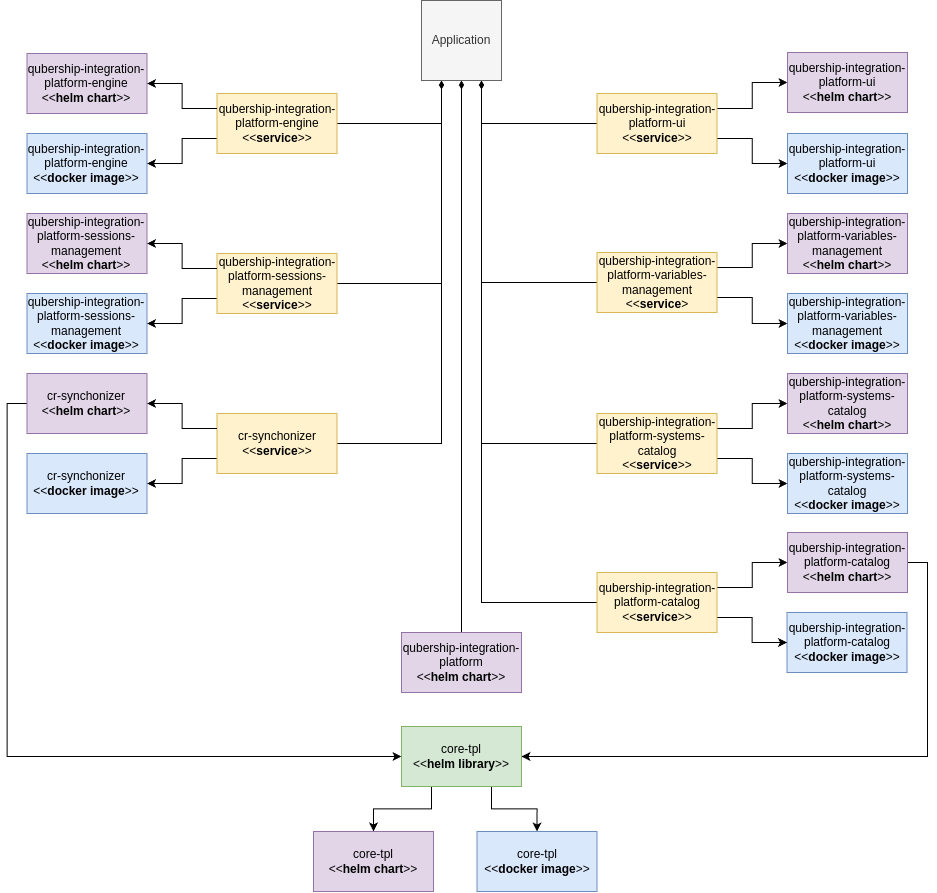
Earlier version of the draw.io export docs/images/qip-application-manifest-without-plugins.drawio.png (sivareddyit/qubership-envgene). Source tidied: cells renumbered, new cells last; positions are measured from the earlier drawing's top-left corner, leaving out a move shared by most shapes.
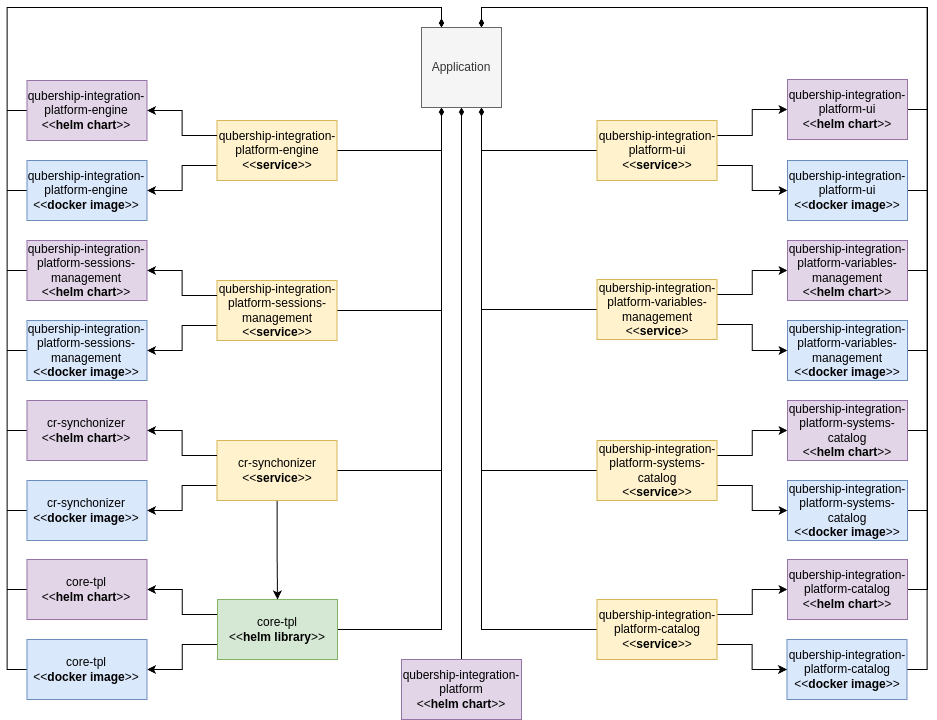
The same diagram one commit later.

Change to the diagram source:
```diff
@@ -2,48 +2,75 @@
   <root>
     <mxCell id="0" />
     <mxCell id="1" parent="0" />
+    <mxCell id="54" style="edgeStyle=orthogonalEdgeStyle;rounded=0;jettySize=auto;html=1;exitX=1;exitY=0.5;exitDx=0;exitDy=0;entryX=0.75;entryY=0;entryDx=0;entryDy=0;endArrow=diamondThin;endFill=1;" parent="1" edge="1" source="2" target="52">
+      <mxGeometry relative="1" as="geometry" />
+    </mxCell>
     <mxCell id="2" value="&lt;div&gt;qubership-integration-platform-ui&lt;/div&gt;&amp;lt;&amp;lt;&lt;b&gt;docker image&lt;/b&gt;&amp;gt;&amp;gt;" style="rounded=0;whiteSpace=wrap;html=1;fillColor=#dae8fc;strokeColor=#6c8ebf;" parent="1" vertex="1">
       <mxGeometry x="761" y="133" width="120" height="60" as="geometry" />
     </mxCell>
     <mxCell id="3" style="edgeStyle=orthogonalEdgeStyle;rounded=0;jettySize=auto;html=1;exitX=1;exitY=0.25;exitDx=0;exitDy=0;entryX=0;entryY=0.5;entryDx=0;entryDy=0;" parent="1" edge="1" source="19" target="4">
       <mxGeometry relative="1" as="geometry" />
     </mxCell>
+    <mxCell id="55" style="edgeStyle=orthogonalEdgeStyle;rounded=0;jettySize=auto;html=1;exitX=1;exitY=0.5;exitDx=0;exitDy=0;entryX=0.75;entryY=0;entryDx=0;entryDy=0;endArrow=diamondThin;endFill=1;" parent="1" edge="1" source="4" target="52">
+      <mxGeometry relative="1" as="geometry" />
+    </mxCell>
     <mxCell id="4" value="&lt;div&gt;qubership-integration-platform-ui&lt;/div&gt;&amp;lt;&amp;lt;&lt;b&gt;helm chart&lt;/b&gt;&amp;gt;&amp;gt;" style="rounded=0;whiteSpace=wrap;html=1;fillColor=#e1d5e7;strokeColor=#9673a6;" parent="1" vertex="1">
       <mxGeometry x="761" y="52" width="120" height="60" as="geometry" />
     </mxCell>
+    <mxCell id="56" style="edgeStyle=orthogonalEdgeStyle;rounded=0;jettySize=auto;html=1;exitX=1;exitY=0.5;exitDx=0;exitDy=0;entryX=0.75;entryY=0;entryDx=0;entryDy=0;endArrow=diamondThin;endFill=1;" parent="1" edge="1" source="5" target="52">
+      <mxGeometry relative="1" as="geometry" />
+    </mxCell>
     <mxCell id="5" value="&lt;div&gt;qubership-integration-platform-variables-management&lt;/div&gt;&amp;lt;&amp;lt;&lt;b&gt;docker image&lt;/b&gt;&amp;gt;&amp;gt;" style="rounded=0;whiteSpace=wrap;html=1;fillColor=#dae8fc;strokeColor=#6c8ebf;" parent="1" vertex="1">
       <mxGeometry x="761" y="293" width="120" height="60" as="geometry" />
     </mxCell>
     <mxCell id="6" style="edgeStyle=orthogonalEdgeStyle;rounded=0;jettySize=auto;html=1;exitX=1;exitY=0.25;exitDx=0;exitDy=0;entryX=0;entryY=0.5;entryDx=0;entryDy=0;" parent="1" edge="1" source="22" target="7">
       <mxGeometry relative="1" as="geometry" />
     </mxCell>
+    <mxCell id="57" style="edgeStyle=orthogonalEdgeStyle;rounded=0;jettySize=auto;html=1;exitX=1;exitY=0.5;exitDx=0;exitDy=0;entryX=0.75;entryY=0;entryDx=0;entryDy=0;endArrow=diamondThin;endFill=1;" parent="1" edge="1" source="7" target="52">
+      <mxGeometry relative="1" as="geometry" />
+    </mxCell>
     <mxCell id="7" value="&lt;div&gt;qubership-integration-platform-variables-management&lt;/div&gt;&amp;lt;&amp;lt;&lt;b&gt;helm chart&lt;/b&gt;&amp;gt;&amp;gt;" style="rounded=0;whiteSpace=wrap;html=1;fillColor=#e1d5e7;strokeColor=#9673a6;" parent="1" vertex="1">
       <mxGeometry x="761" y="213" width="120" height="60" as="geometry" />
     </mxCell>
+    <mxCell id="58" style="edgeStyle=orthogonalEdgeStyle;rounded=0;jettySize=auto;html=1;exitX=1;exitY=0.5;exitDx=0;exitDy=0;entryX=0.75;entryY=0;entryDx=0;entryDy=0;endArrow=diamondThin;endFill=1;" parent="1" edge="1" source="8" target="52">
+      <mxGeometry relative="1" as="geometry" />
+    </mxCell>
     <mxCell id="8" value="&lt;div&gt;qubership-integration-platform-systems-catalog&lt;/div&gt;&amp;lt;&amp;lt;&lt;b&gt;docker image&lt;/b&gt;&amp;gt;&amp;gt;" style="rounded=0;whiteSpace=wrap;html=1;fillColor=#dae8fc;strokeColor=#6c8ebf;" parent="1" vertex="1">
       <mxGeometry x="761" y="453" width="120" height="60" as="geometry" />
     </mxCell>
     <mxCell id="9" style="edgeStyle=orthogonalEdgeStyle;rounded=0;jettySize=auto;html=1;exitX=1;exitY=0.25;exitDx=0;exitDy=0;entryX=0;entryY=0.5;entryDx=0;entryDy=0;" parent="1" edge="1" source="25" target="10">
       <mxGeometry relative="1" as="geometry" />
     </mxCell>
+    <mxCell id="59" style="edgeStyle=orthogonalEdgeStyle;rounded=0;jettySize=auto;html=1;exitX=1;exitY=0.5;exitDx=0;exitDy=0;entryX=0.75;entryY=0;entryDx=0;entryDy=0;endArrow=diamondThin;endFill=1;" parent="1" edge="1" source="10" target="52">
+      <mxGeometry relative="1" as="geometry" />
+    </mxCell>
     <mxCell id="10" value="&lt;div&gt;qubership-integration-platform-systems-catalog&lt;/div&gt;&amp;lt;&amp;lt;&lt;b&gt;helm chart&lt;/b&gt;&amp;gt;&amp;gt;" style="rounded=0;whiteSpace=wrap;html=1;fillColor=#e1d5e7;strokeColor=#9673a6;" parent="1" vertex="1">
       <mxGeometry x="761" y="373" width="120" height="60" as="geometry" />
     </mxCell>
+    <mxCell id="60" style="edgeStyle=orthogonalEdgeStyle;rounded=0;jettySize=auto;html=1;exitX=1;exitY=0.5;exitDx=0;exitDy=0;entryX=0.75;entryY=0;entryDx=0;entryDy=0;endArrow=diamondThin;endFill=1;" parent="1" edge="1" source="11" target="52">
+      <mxGeometry relative="1" as="geometry" />
+    </mxCell>
     <mxCell id="11" value="&lt;div&gt;qubership-integration-platform-catalog&lt;/div&gt;&amp;lt;&amp;lt;&lt;b&gt;docker image&lt;/b&gt;&amp;gt;&amp;gt;" style="rounded=0;whiteSpace=wrap;html=1;fillColor=#dae8fc;strokeColor=#6c8ebf;" parent="1" vertex="1">
       <mxGeometry x="760.5" y="612" width="120" height="60" as="geometry" />
     </mxCell>
     <mxCell id="12" style="edgeStyle=orthogonalEdgeStyle;rounded=0;jettySize=auto;html=1;exitX=1;exitY=0.25;exitDx=0;exitDy=0;entryX=0;entryY=0.5;entryDx=0;entryDy=0;" parent="1" edge="1" source="28" target="14">
       <mxGeometry relative="1" as="geometry" />
     </mxCell>
-    <mxCell id="13" style="edgeStyle=orthogonalEdgeStyle;rounded=0;jettySize=auto;html=1;exitX=1;exitY=0.5;exitDx=0;exitDy=0;entryX=1;entryY=0.5;entryDx=0;entryDy=0;" parent="1" edge="1" source="14" target="36">
-      <mxGeometry relative="1" as="geometry" />
-    </mxCell>
+    <mxCell id="61" style="edgeStyle=orthogonalEdgeStyle;rounded=0;jettySize=auto;html=1;exitX=1;exitY=0.5;exitDx=0;exitDy=0;entryX=0.75;entryY=0;entryDx=0;entryDy=0;endArrow=diamondThin;endFill=1;" parent="1" edge="1" source="14" target="52">
+      <mxGeometry relative="1" as="geometry" />
+    </mxCell>
     <mxCell id="14" value="&lt;div&gt;qubership-integration-platform-catalog&lt;/div&gt;&amp;lt;&amp;lt;&lt;b&gt;helm chart&lt;/b&gt;&amp;gt;&amp;gt;" style="rounded=0;whiteSpace=wrap;html=1;fillColor=#e1d5e7;strokeColor=#9673a6;" parent="1" vertex="1">
       <mxGeometry x="761" y="532" width="120" height="60" as="geometry" />
     </mxCell>
+    <mxCell id="62" style="edgeStyle=orthogonalEdgeStyle;rounded=0;jettySize=auto;html=1;exitX=0;exitY=0.5;exitDx=0;exitDy=0;entryX=0.25;entryY=0;entryDx=0;entryDy=0;endArrow=diamondThin;endFill=1;" parent="1" edge="1" source="15" target="52">
+      <mxGeometry relative="1" as="geometry" />
+    </mxCell>
     <mxCell id="15" value="&lt;div&gt;qubership-integration-platform-engine&lt;/div&gt;&amp;lt;&amp;lt;&lt;b&gt;docker image&lt;/b&gt;&amp;gt;&amp;gt;" style="rounded=0;whiteSpace=wrap;html=1;fillColor=#dae8fc;strokeColor=#6c8ebf;" parent="1" vertex="1">
       <mxGeometry x="0.5" y="133" width="120" height="60" as="geometry" />
     </mxCell>
+    <mxCell id="63" style="edgeStyle=orthogonalEdgeStyle;rounded=0;jettySize=auto;html=1;exitX=0;exitY=0.5;exitDx=0;exitDy=0;entryX=0.25;entryY=0;entryDx=0;entryDy=0;endArrow=diamondThin;endFill=1;" parent="1" edge="1" source="16" target="52">
+      <mxGeometry relative="1" as="geometry" />
+    </mxCell>
     <mxCell id="16" value="&lt;div&gt;qubership-integration-platform-engine&lt;/div&gt;&amp;lt;&amp;lt;&lt;b&gt;helm chart&lt;/b&gt;&amp;gt;&amp;gt;" style="rounded=0;whiteSpace=wrap;html=1;fillColor=#e1d5e7;strokeColor=#9673a6;" parent="1" vertex="1">
       <mxGeometry x="0.5" y="53" width="120" height="60" as="geometry" />
     </mxCell>
@@ -98,24 +125,36 @@
     <mxCell id="33" value="&lt;div&gt;qubership-integration-platform&lt;/div&gt;&amp;lt;&amp;lt;&lt;b&gt;helm chart&lt;/b&gt;&amp;gt;&amp;gt;" style="rounded=0;whiteSpace=wrap;html=1;fillColor=#e1d5e7;strokeColor=#9673a6;" parent="1" vertex="1">
       <mxGeometry x="375" y="632" width="120" height="60" as="geometry" />
     </mxCell>
-    <mxCell id="34" style="edgeStyle=orthogonalEdgeStyle;rounded=0;jettySize=auto;html=1;exitX=0.25;exitY=1;exitDx=0;exitDy=0;entryX=0.5;entryY=0;entryDx=0;entryDy=0;" parent="1" edge="1" source="36" target="53">
+    <mxCell id="34" style="edgeStyle=orthogonalEdgeStyle;rounded=0;jettySize=auto;html=1;exitX=0;exitY=0.25;exitDx=0;exitDy=0;" parent="1" edge="1" source="36" target="53">
       <mxGeometry relative="1" as="geometry" />
     </mxCell>
-    <mxCell id="35" style="edgeStyle=orthogonalEdgeStyle;rounded=0;jettySize=auto;html=1;exitX=0.75;exitY=1;exitDx=0;exitDy=0;entryX=0.5;entryY=0;entryDx=0;entryDy=0;" parent="1" edge="1" source="36" target="37">
+    <mxCell id="35" style="edgeStyle=orthogonalEdgeStyle;rounded=0;jettySize=auto;html=1;exitX=0;exitY=0.75;exitDx=0;exitDy=0;entryX=1;entryY=0.5;entryDx=0;entryDy=0;" parent="1" edge="1" source="36" target="37">
       <mxGeometry relative="1" as="geometry" />
     </mxCell>
+    <mxCell id="64" style="edgeStyle=orthogonalEdgeStyle;rounded=0;jettySize=auto;html=1;exitX=1;exitY=0.5;exitDx=0;exitDy=0;entryX=0.25;entryY=1;entryDx=0;entryDy=0;endArrow=diamondThin;endFill=1;" parent="1" edge="1" source="36" target="52">
+      <mxGeometry relative="1" as="geometry" />
+    </mxCell>
     <mxCell id="36" value="&lt;div&gt;core-tpl&lt;/div&gt;&amp;lt;&amp;lt;&lt;b&gt;helm library&lt;/b&gt;&amp;gt;&amp;gt;" style="rounded=0;whiteSpace=wrap;html=1;fillColor=#d5e8d4;strokeColor=#82b366;" parent="1" vertex="1">
-      <mxGeometry x="375" y="726" width="120" height="60" as="geometry" />
+      <mxGeometry x="191" y="572" width="120" height="60" as="geometry" />
     </mxCell>
+    <mxCell id="65" style="edgeStyle=orthogonalEdgeStyle;rounded=0;jettySize=auto;html=1;exitX=0;exitY=0.5;exitDx=0;exitDy=0;entryX=0.25;entryY=0;entryDx=0;entryDy=0;endArrow=diamondThin;endFill=1;" parent="1" edge="1" source="37" target="52">
+      <mxGeometry relative="1" as="geometry" />
+    </mxCell>
     <mxCell id="37" value="&lt;div&gt;core-tpl&lt;/div&gt;&amp;lt;&amp;lt;&lt;b&gt;docker image&lt;/b&gt;&amp;gt;&amp;gt;" style="rounded=0;whiteSpace=wrap;html=1;fillColor=#dae8fc;strokeColor=#6c8ebf;" parent="1" vertex="1">
-      <mxGeometry x="450.5" y="831" width="120" height="60" as="geometry" />
+      <mxGeometry x="0.5" y="612" width="120" height="60" as="geometry" />
     </mxCell>
     <mxCell id="38" style="edgeStyle=orthogonalEdgeStyle;rounded=0;jettySize=auto;html=1;exitX=0;exitY=0.25;exitDx=0;exitDy=0;" parent="1" edge="1" source="31" target="16">
       <mxGeometry relative="1" as="geometry" />
     </mxCell>
+    <mxCell id="66" style="edgeStyle=orthogonalEdgeStyle;rounded=0;jettySize=auto;html=1;exitX=0;exitY=0.5;exitDx=0;exitDy=0;entryX=0.25;entryY=0;entryDx=0;entryDy=0;endArrow=diamondThin;endFill=1;" parent="1" edge="1" source="39" target="52">
+      <mxGeometry relative="1" as="geometry" />
+    </mxCell>
     <mxCell id="39" value="&lt;div&gt;qubership-integration-platform-sessions-management&lt;/div&gt;&amp;lt;&amp;lt;&lt;b&gt;docker image&lt;/b&gt;&amp;gt;&amp;gt;" style="rounded=0;whiteSpace=wrap;html=1;fillColor=#dae8fc;strokeColor=#6c8ebf;" parent="1" vertex="1">
       <mxGeometry x="0.5" y="293" width="120" height="60" as="geometry" />
     </mxCell>
+    <mxCell id="67" style="edgeStyle=orthogonalEdgeStyle;rounded=0;jettySize=auto;html=1;exitX=0;exitY=0.5;exitDx=0;exitDy=0;entryX=0.25;entryY=0;entryDx=0;entryDy=0;endArrow=diamondThin;endFill=1;" parent="1" edge="1" source="40" target="52">
+      <mxGeometry relative="1" as="geometry" />
+    </mxCell>
     <mxCell id="40" value="&lt;div&gt;qubership-integration-platform-sessions-management&lt;/div&gt;&amp;lt;&amp;lt;&lt;b&gt;helm chart&lt;/b&gt;&amp;gt;&amp;gt;" style="rounded=0;whiteSpace=wrap;html=1;fillColor=#e1d5e7;strokeColor=#9673a6;" parent="1" vertex="1">
       <mxGeometry x="0.5" y="213" width="120" height="60" as="geometry" />
     </mxCell>
@@ -131,12 +170,15 @@
     <mxCell id="44" style="edgeStyle=orthogonalEdgeStyle;rounded=0;jettySize=auto;html=1;exitX=0;exitY=0.25;exitDx=0;exitDy=0;" parent="1" edge="1" source="43" target="40">
       <mxGeometry relative="1" as="geometry" />
     </mxCell>
+    <mxCell id="68" style="edgeStyle=orthogonalEdgeStyle;rounded=0;jettySize=auto;html=1;exitX=0;exitY=0.5;exitDx=0;exitDy=0;entryX=0.25;entryY=0;entryDx=0;entryDy=0;endArrow=diamondThin;endFill=1;" parent="1" edge="1" source="45" target="52">
+      <mxGeometry relative="1" as="geometry" />
+    </mxCell>
     <mxCell id="45" value="&lt;div&gt;&lt;div&gt;cr-synchonizer&lt;/div&gt;&lt;/div&gt;&amp;lt;&amp;lt;&lt;b&gt;docker image&lt;/b&gt;&amp;gt;&amp;gt;" style="rounded=0;whiteSpace=wrap;html=1;fillColor=#dae8fc;strokeColor=#6c8ebf;" parent="1" vertex="1">
       <mxGeometry x="0.5" y="453" width="120" height="60" as="geometry" />
     </mxCell>
-    <mxCell id="46" style="edgeStyle=orthogonalEdgeStyle;rounded=0;jettySize=auto;html=1;exitX=0;exitY=0.5;exitDx=0;exitDy=0;entryX=0;entryY=0.5;entryDx=0;entryDy=0;" parent="1" edge="1" source="47" target="36">
-      <mxGeometry relative="1" as="geometry" />
-    </mxCell>
+    <mxCell id="69" style="edgeStyle=orthogonalEdgeStyle;rounded=0;jettySize=auto;html=1;exitX=0;exitY=0.5;exitDx=0;exitDy=0;entryX=0.25;entryY=0;entryDx=0;entryDy=0;endArrow=diamondThin;endFill=1;" parent="1" edge="1" source="47" target="52">
+      <mxGeometry relative="1" as="geometry" />
+    </mxCell>
     <mxCell id="47" value="&lt;div&gt;cr-synchonizer&lt;/div&gt;&amp;lt;&amp;lt;&lt;b&gt;helm chart&lt;/b&gt;&amp;gt;&amp;gt;" style="rounded=0;whiteSpace=wrap;html=1;fillColor=#e1d5e7;strokeColor=#9673a6;" parent="1" vertex="1">
       <mxGeometry x="0.5" y="373" width="120" height="60" as="geometry" />
     </mxCell>
@@ -146,6 +188,9 @@
     <mxCell id="49" style="edgeStyle=orthogonalEdgeStyle;rounded=0;jettySize=auto;html=1;exitX=1;exitY=0.5;exitDx=0;exitDy=0;entryX=0.25;entryY=1;entryDx=0;entryDy=0;endArrow=diamondThin;endFill=1;" parent="1" edge="1" source="50" target="52">
       <mxGeometry relative="1" as="geometry" />
     </mxCell>
+    <mxCell id="70" style="edgeStyle=orthogonalEdgeStyle;rounded=0;jettySize=auto;html=1;" parent="1" edge="1" source="50" target="36">
+      <mxGeometry relative="1" as="geometry" />
+    </mxCell>
     <mxCell id="50" value="&lt;div&gt;cr-synchonizer&lt;/div&gt;&amp;lt;&amp;lt;&lt;b&gt;service&lt;/b&gt;&amp;gt;&amp;gt;" style="rounded=0;whiteSpace=wrap;html=1;fillColor=#fff2cc;strokeColor=#d6b656;" parent="1" vertex="1">
       <mxGeometry x="190.5" y="413" width="120" height="60" as="geometry" />
     </mxCell>
@@ -155,8 +200,11 @@
     <mxCell id="52" value="Application" style="whiteSpace=wrap;html=1;fillColor=#f5f5f5;fontColor=#333333;strokeColor=#666666;" parent="1" vertex="1">
       <mxGeometry x="395" width="80" height="80" as="geometry" />
     </mxCell>
+    <mxCell id="71" style="edgeStyle=orthogonalEdgeStyle;rounded=0;jettySize=auto;html=1;exitX=0;exitY=0.5;exitDx=0;exitDy=0;entryX=0.25;entryY=0;entryDx=0;entryDy=0;endArrow=diamondThin;endFill=1;" parent="1" edge="1" source="53" target="52">
+      <mxGeometry relative="1" as="geometry" />
+    </mxCell>
     <mxCell id="53" value="&lt;div&gt;&lt;div&gt;core-tpl&lt;/div&gt;&lt;/div&gt;&amp;lt;&amp;lt;&lt;b style=&quot;background-color: transparent; color: light-dark(rgb(0, 0, 0), rgb(255, 255, 255));&quot;&gt;helm chart&lt;/b&gt;&lt;span style=&quot;background-color: transparent; color: light-dark(rgb(0, 0, 0), rgb(255, 255, 255));&quot;&gt;&amp;gt;&amp;gt;&lt;/span&gt;" style="rounded=0;whiteSpace=wrap;html=1;fillColor=#e1d5e7;strokeColor=#9673a6;" parent="1" vertex="1">
-      <mxGeometry x="287" y="831" width="120" height="60" as="geometry" />
+      <mxGeometry x="0.5" y="532" width="120" height="60" as="geometry" />
     </mxCell>
   </root>
 </mxGraphModel>
```
